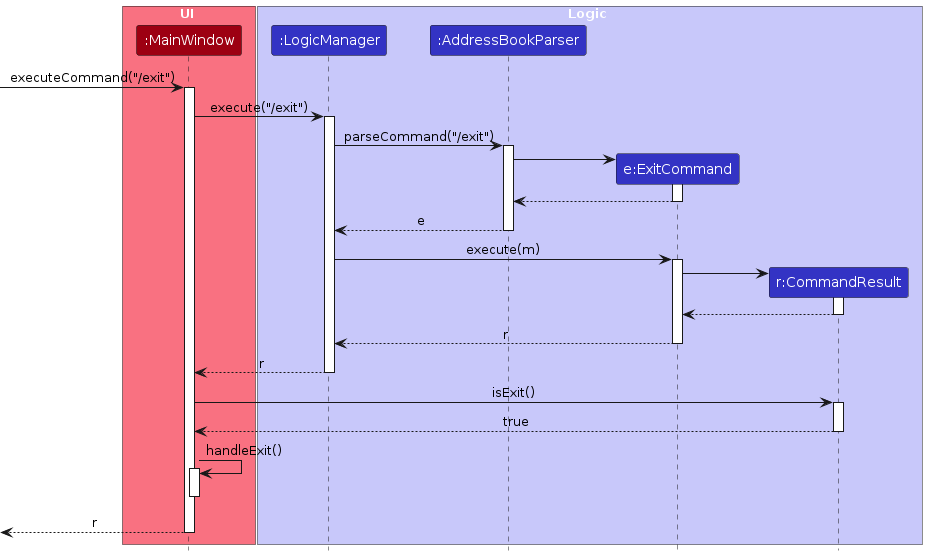
This is diagrams/ExitSequenceDiagram.png from AY2425S1-CS2103T-W09-3/tp, a PlantUML export, as it was before one commit. Its source is kept beside it as diagrams/ExitSequenceDiagram.puml.
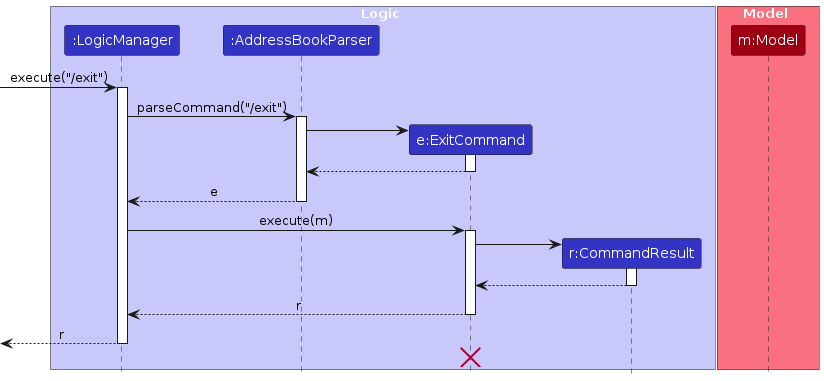
The same file after the commit.

What changed in the source:
```diff
@@ -1,10 +1,6 @@
 @startuml
 !include style.puml
 skinparam ArrowFontStyle plain
-
-box UI MODEL_COLOR_T1
-participant ":MainWindow" as MainWindow MODEL_COLOR
-end box
 
 box Logic LOGIC_COLOR_T1
 participant ":LogicManager" as LogicManager LOGIC_COLOR
@@ -13,10 +9,11 @@
 participant "r:CommandResult" as CommandResult LOGIC_COLOR
 end box
 
-[-> MainWindow : executeCommand("/exit")
-activate MainWindow
+box Model MODEL_COLOR_T1
+participant "m:Model" as Model MODEL_COLOR
+end box
 
-MainWindow-> LogicManager : execute("/exit")
+[-> LogicManager : execute("/exit")
 activate LogicManager
 
 LogicManager -> AddressBookParser : parseCommand("/exit")
@@ -45,20 +42,8 @@
 ExitCommand --> LogicManager : r
 deactivate ExitCommand
 
-LogicManager --> MainWindow : r
+[<--LogicManager : r
 deactivate LogicManager
-
-MainWindow -> CommandResult : isExit()
-activate CommandResult
-
-CommandResult --> MainWindow : true
-deactivate CommandResult
-
-MainWindow -> MainWindow : handleExit()
-activate MainWindow
-
-deactivate MainWindow
-
-[<--MainWindow : r
-deactivate MainWindow
+ExitCommand -[hidden]-> LogicManager
+destroy ExitCommand
 @enduml
```
